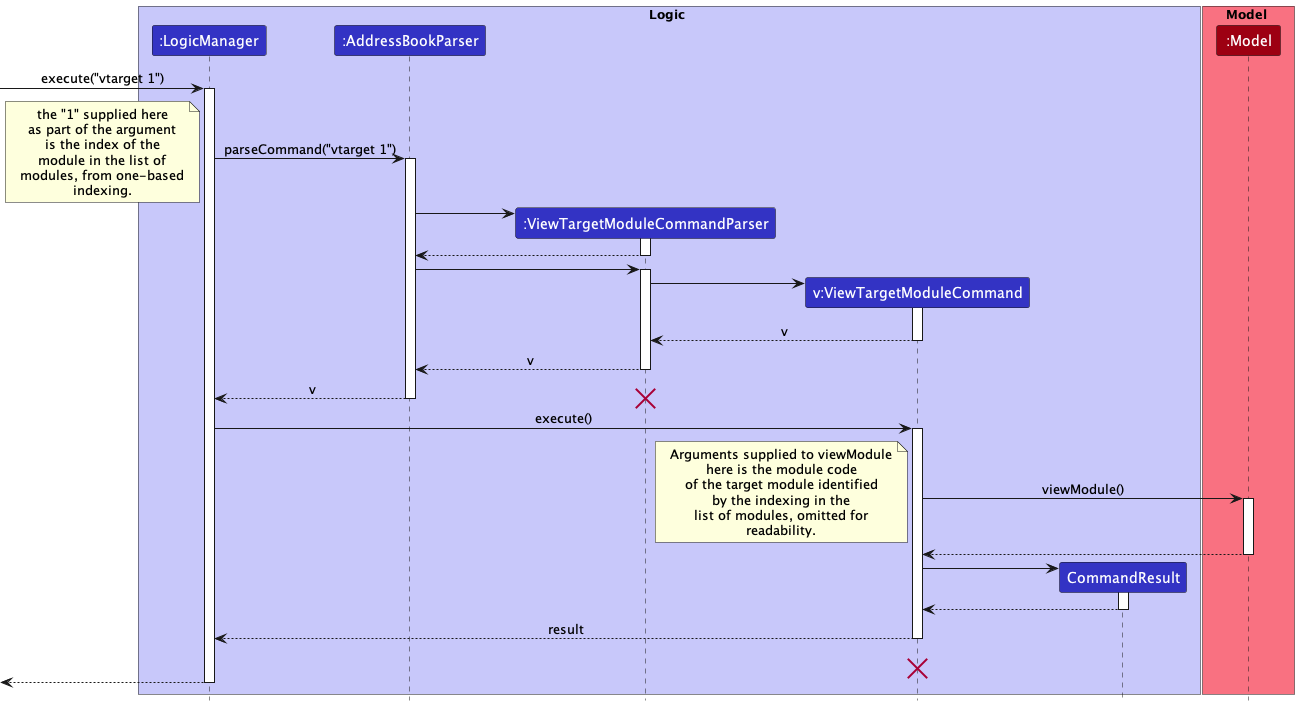
nus-cs2103-AY2223S1/tp keeps this PlantUML diagram as docs/images/ViewTargetModuleSequenceDiagram.png. Above is the earlier version. Its diagram source:
```plantuml
@startuml
!include style.puml

box Logic LOGIC_COLOR_T1
participant ":LogicManager" as LogicManager LOGIC_COLOR
participant ":AddressBookParser" as AddressBookParser LOGIC_COLOR
participant ":ViewTargetModuleCommandParser" as ViewTargetModuleCommandParser LOGIC_COLOR
participant "v:ViewTargetModuleCommand" as ViewTargetModuleCommand LOGIC_COLOR
participant "CommandResult" as CommandResult LOGIC_COLOR
end box

box Model MODEL_COLOR_T1
participant ":Model" as Model MODEL_COLOR
end box

[-> LogicManager : execute("vtarget 1")
activate LogicManager

LogicManager -> AddressBookParser : parseCommand("vtarget 1")
note left
the "1" supplied here
as part of the argument
is the index of the
module in the list of
modules, from one-based
indexing.
end note
activate AddressBookParser

create ViewTargetModuleCommandParser
AddressBookParser -> ViewTargetModuleCommandParser
activate ViewTargetModuleCommandParser

ViewTargetModuleCommandParser --> AddressBookParser
deactivate ViewTargetModuleCommandParser

AddressBookParser -> ViewTargetModuleCommandParser
activate ViewTargetModuleCommandParser

create ViewTargetModuleCommand
ViewTargetModuleCommandParser -> ViewTargetModuleCommand
activate ViewTargetModuleCommand

ViewTargetModuleCommand --> ViewTargetModuleCommandParser : v
deactivate ViewTargetModuleCommand

ViewTargetModuleCommandParser --> AddressBookParser : v
deactivate ViewTargetModuleCommandParser

AddressBookParser --> LogicManager : v
destroy ViewTargetModuleCommandParser
deactivate AddressBookParser

LogicManager -> ViewTargetModuleCommand : execute()
activate ViewTargetModuleCommand

ViewTargetModuleCommand -> Model : viewModule()
note left
Arguments supplied to viewModule
here is the module code
of the target module identified
by the indexing in the
list of modules, omitted for
readability.
end note
activate Model

Model --> ViewTargetModuleCommand
deactivate Model

create CommandResult
ViewTargetModuleCommand -> CommandResult
activate CommandResult

CommandResult --> ViewTargetModuleCommand
deactivate CommandResult

ViewTargetModuleCommand --> LogicManager : result
deactivate ViewTargetModuleCommand

ViewTargetModuleCommand -[hidden]-> LogicManager : result
destroy ViewTargetModuleCommand

[<--LogicManager
deactivate LogicManager
@enduml
```
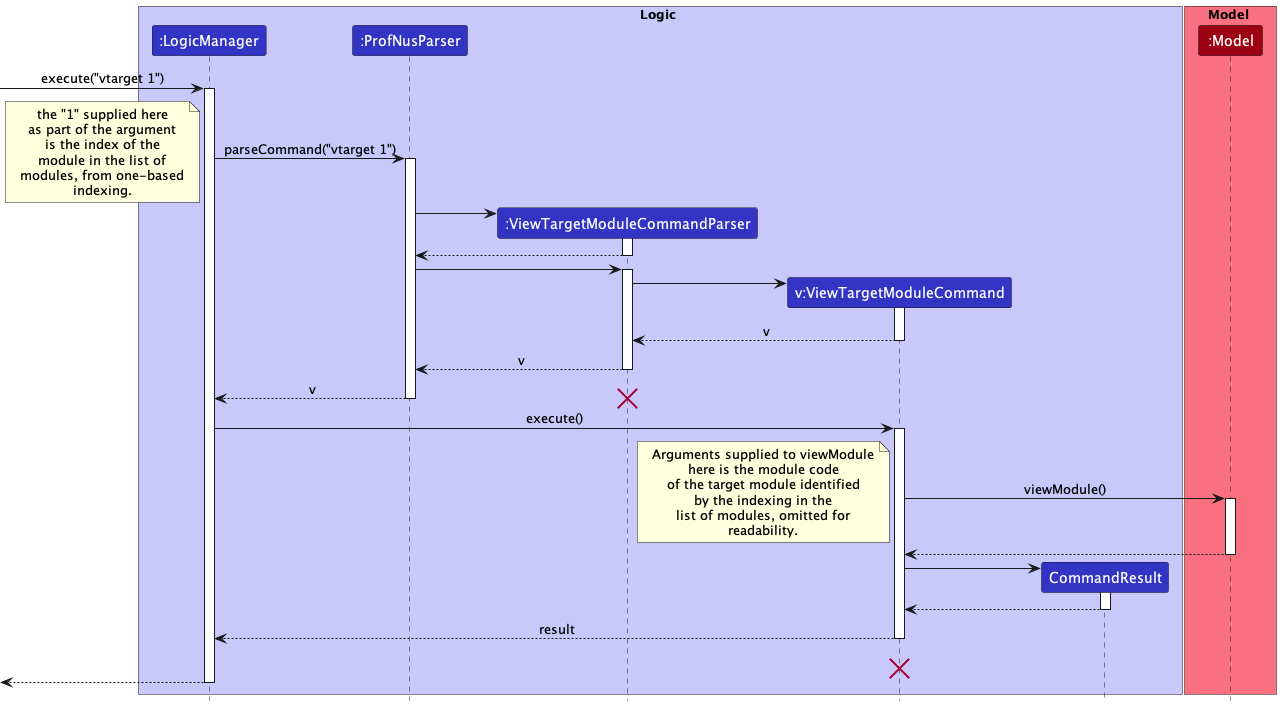
Later version of the same file.

Commit message:
Edit addressbookparser to ProfNusParser for DG

What changed in the source:
```diff
@@ -3,7 +3,7 @@
 
 box Logic LOGIC_COLOR_T1
 participant ":LogicManager" as LogicManager LOGIC_COLOR
-participant ":AddressBookParser" as AddressBookParser LOGIC_COLOR
+participant ":ProfNusParser" as ProfNusParser LOGIC_COLOR
 participant ":ViewTargetModuleCommandParser" as ViewTargetModuleCommandParser LOGIC_COLOR
 participant "v:ViewTargetModuleCommand" as ViewTargetModuleCommand LOGIC_COLOR
 participant "CommandResult" as CommandResult LOGIC_COLOR
@@ -16,7 +16,7 @@
 [-> LogicManager : execute("vtarget 1")
 activate LogicManager
 
-LogicManager -> AddressBookParser : parseCommand("vtarget 1")
+LogicManager -> ProfNusParser : parseCommand("vtarget 1")
 note left
 the "1" supplied here
 as part of the argument
@@ -25,16 +25,16 @@
 modules, from one-based
 indexing.
 end note
-activate AddressBookParser
+activate ProfNusParser
 
 create ViewTargetModuleCommandParser
-AddressBookParser -> ViewTargetModuleCommandParser
+ProfNusParser -> ViewTargetModuleCommandParser
 activate ViewTargetModuleCommandParser
 
-ViewTargetModuleCommandParser --> AddressBookParser
+ViewTargetModuleCommandParser --> ProfNusParser
 deactivate ViewTargetModuleCommandParser
 
-AddressBookParser -> ViewTargetModuleCommandParser
+ProfNusParser -> ViewTargetModuleCommandParser
 activate ViewTargetModuleCommandParser
 
 create ViewTargetModuleCommand
@@ -44,12 +44,12 @@
 ViewTargetModuleCommand --> ViewTargetModuleCommandParser : v
 deactivate ViewTargetModuleCommand
 
-ViewTargetModuleCommandParser --> AddressBookParser : v
+ViewTargetModuleCommandParser --> ProfNusParser : v
 deactivate ViewTargetModuleCommandParser
 
-AddressBookParser --> LogicManager : v
+ProfNusParser --> LogicManager : v
 destroy ViewTargetModuleCommandParser
-deactivate AddressBookParser
+deactivate ProfNusParser
 
 LogicManager -> ViewTargetModuleCommand : execute()
 activate ViewTargetModuleCommand
```
